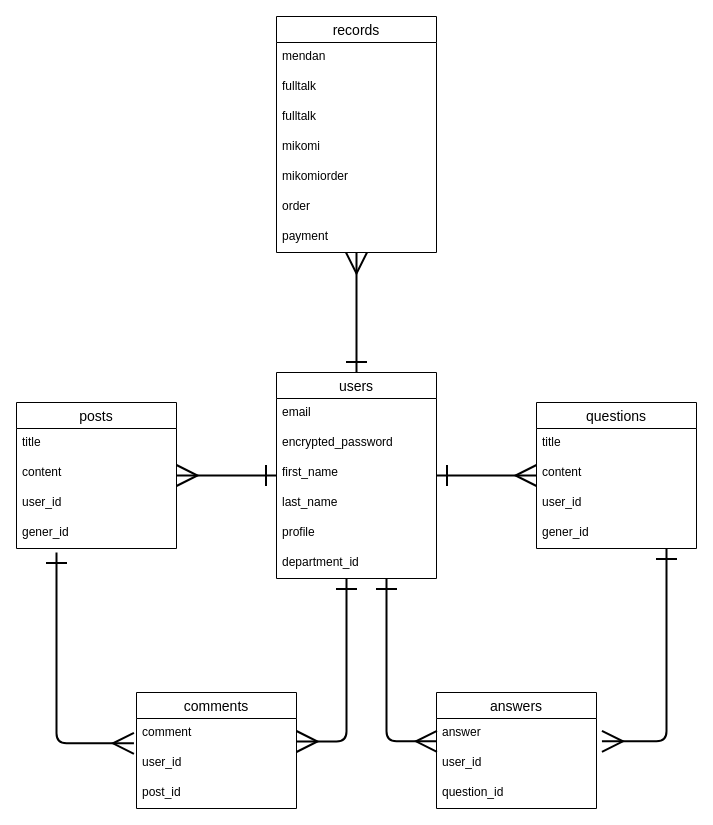
Earlier version of the draw.io diagram eigyoukyoukasyo.dio (manabu-ouchi/eigyoukyoukasyo). Source tidied: cells renumbered, new cells numbered last; positions are measured from the earlier drawing's top-left corner, leaving out a move shared by most shapes. Both pictures are drawn from the tidied source at 100%, with x=0, y=0 at pixel (16, 16).
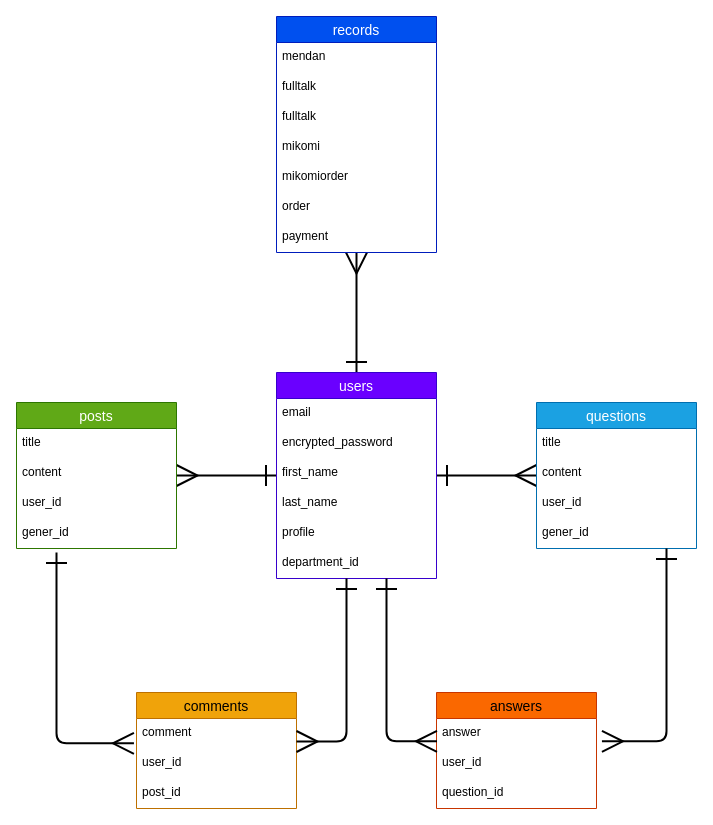
The same diagram, later.

Change to the diagram source:
```diff
@@
-    <mxCell id="3" value="posts" style="swimlane;fontStyle=0;horizontal=1;startSize=26;align=center;fontSize=14;" parent="1" vertex="1">
+    <mxCell id="3" value="posts" style="swimlane;fontStyle=0;horizontal=1;startSize=26;align=center;fontSize=14;fillColor=#60a917;fontColor=#ffffff;strokeColor=#2D7600;" parent="1" vertex="1">
       <mxGeometry y="386" width="160" height="146" as="geometry" />
     </mxCell>
@@
-    <mxCell id="8" value="comments" style="swimlane;fontStyle=0;horizontal=1;startSize=26;align=center;fontSize=14;" parent="1" vertex="1">
+    <mxCell id="8" value="comments" style="swimlane;fontStyle=0;horizontal=1;startSize=26;align=center;fontSize=14;fillColor=#f0a30a;fontColor=#000000;strokeColor=#BD7000;" parent="1" vertex="1">
       <mxGeometry x="120" y="676" width="160" height="116" as="geometry" />
     </mxCell>
@@
-    <mxCell id="14" value="users" style="swimlane;fontStyle=0;horizontal=1;startSize=26;align=center;fontSize=14;" parent="1" vertex="1">
+    <mxCell id="14" value="users" style="swimlane;fontStyle=0;horizontal=1;startSize=26;align=center;fontSize=14;fillColor=#6a00ff;fontColor=#ffffff;strokeColor=#3700CC;" parent="1" vertex="1">
       <mxGeometry x="260" y="356" width="160" height="206" as="geometry" />
     </mxCell>
@@
-    <mxCell id="21" value="questions" style="swimlane;fontStyle=0;horizontal=1;startSize=26;align=center;fontSize=14;labelBorderColor=none;labelBackgroundColor=none;" parent="1" vertex="1">
+    <mxCell id="21" value="questions" style="swimlane;fontStyle=0;horizontal=1;startSize=26;align=center;fontSize=14;labelBorderColor=none;labelBackgroundColor=none;fillColor=#1ba1e2;fontColor=#ffffff;strokeColor=#006EAF;" parent="1" vertex="1">
       <mxGeometry x="520" y="386" width="160" height="146" as="geometry" />
     </mxCell>
-    <mxCell id="22" value="title" style="text;strokeColor=none;fillColor=none;spacingLeft=4;spacingRight=4;overflow=hidden;fontSize=12;" parent="21" vertex="1">
+    <mxCell id="22" value="title" style="text;spacingLeft=4;spacingRight=4;overflow=hidden;fontSize=12;" parent="21" vertex="1">
       <mxGeometry y="26" width="160" height="30" as="geometry" />
     </mxCell>
@@
-    <mxCell id="26" value="answers" style="swimlane;fontStyle=0;horizontal=1;startSize=26;align=center;fontSize=14;" parent="1" vertex="1">
+    <mxCell id="26" value="answers" style="swimlane;fontStyle=0;horizontal=1;startSize=26;align=center;fontSize=14;fillColor=#fa6800;fontColor=#000000;strokeColor=#C73500;" parent="1" vertex="1">
       <mxGeometry x="420" y="676" width="160" height="116" as="geometry" />
     </mxCell>
@@
-    <mxCell id="30" value="records" style="swimlane;fontStyle=0;horizontal=1;startSize=26;align=center;fontSize=14;" parent="1" vertex="1">
+    <mxCell id="30" value="records" style="swimlane;fontStyle=0;horizontal=1;startSize=26;align=center;fontSize=14;fillColor=#0050ef;fontColor=#ffffff;strokeColor=#001DBC;" parent="1" vertex="1">
       <mxGeometry x="260" width="160" height="236" as="geometry" />
     </mxCell>
```
